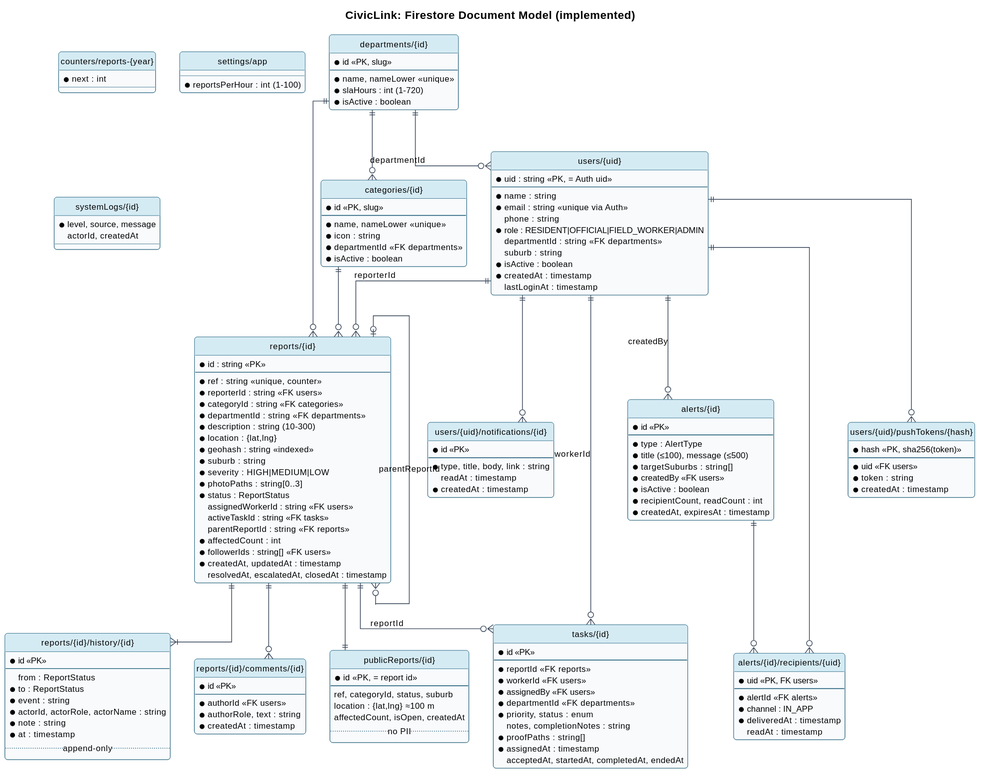
Above: docs/diagrams/data-model.svg in altechemist/civiclink (PlantUML), before the change.
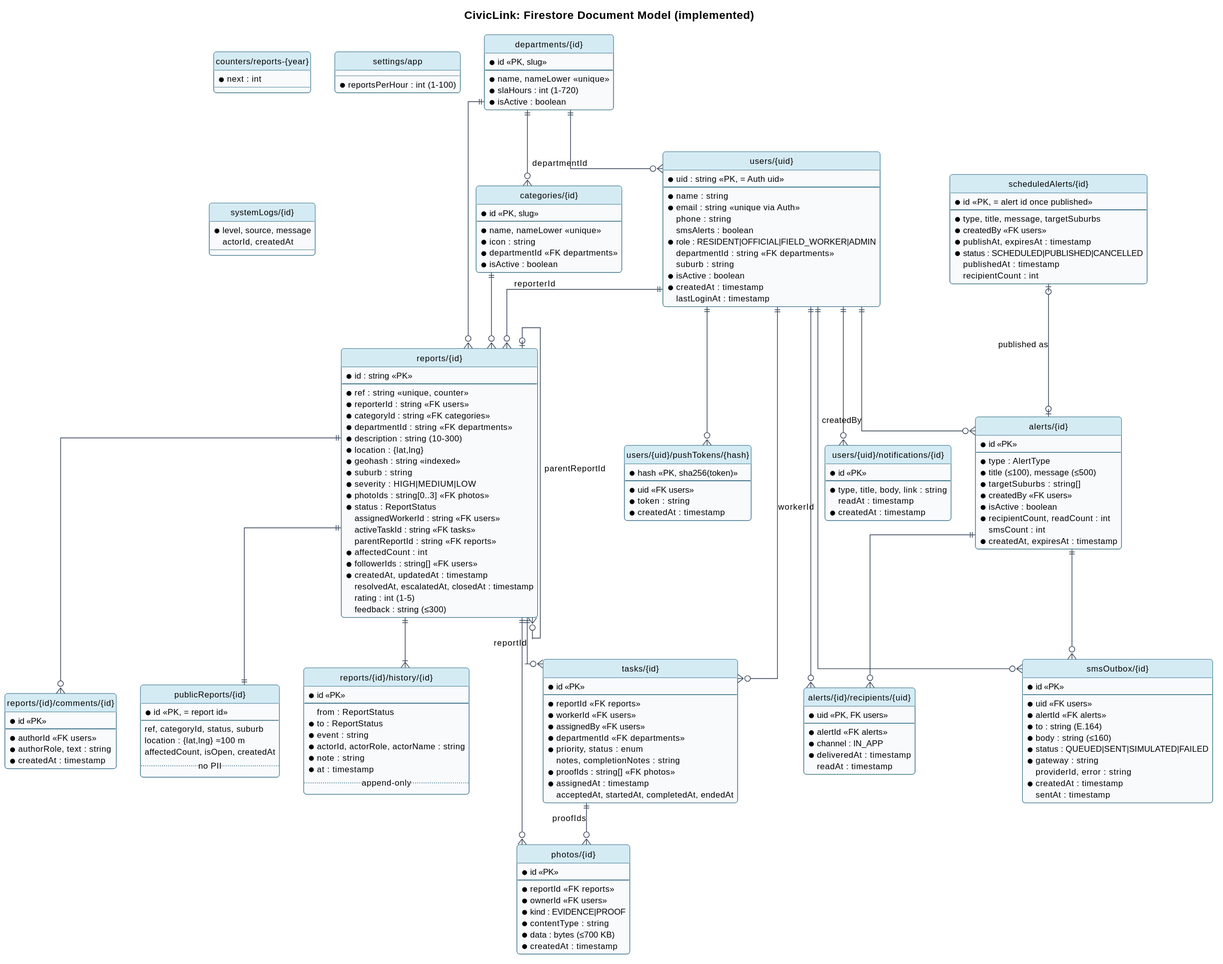
After the commit.

The edit, as a diff of the source:
```diff
@@ -10,6 +10,7 @@
   * name : string
   * email : string <<unique via Auth>>
   phone : string
+  smsAlerts : boolean
   * role : RESIDENT|OFFICIAL|FIELD_WORKER|ADMIN
   departmentId : string <<FK departments>>
   suburb : string
@@ -36,7 +37,7 @@
   * geohash : string <<indexed>>
   * suburb : string
   * severity : HIGH|MEDIUM|LOW
-  * photoPaths : string[0..3]
+  * photoIds : string[0..3] <<FK photos>>
   * status : ReportStatus
   assignedWorkerId : string <<FK users>>
   activeTaskId : string <<FK tasks>>
@@ -45,6 +46,8 @@
   * followerIds : string[] <<FK users>>
   * createdAt, updatedAt : timestamp
   resolvedAt, escalatedAt, closedAt : timestamp
+  rating : int (1-5)
+  feedback : string (≤300)
 }
 entity "reports/{id}/history/{id}" as history {
   * id <<PK>>
@@ -81,7 +84,7 @@
   * departmentId <<FK departments>>
   * priority, status : enum
   notes, completionNotes : string
-  * proofPaths : string[]
+  * proofIds : string[] <<FK photos>>
   * assignedAt : timestamp
   acceptedAt, startedAt, completedAt, endedAt
 }
@@ -94,7 +97,41 @@
   * createdBy <<FK users>>
   * isActive : boolean
   * recipientCount, readCount : int
+  smsCount : int
   * createdAt, expiresAt : timestamp
+}
+entity "scheduledAlerts/{id}" as sched {
+  * id <<PK, = alert id once published>>
+  --
+  * type, title, message, targetSuburbs
+  * createdBy <<FK users>>
+  * publishAt, expiresAt : timestamp
+  * status : SCHEDULED|PUBLISHED|CANCELLED
+  publishedAt : timestamp
+  recipientCount : int
+}
+entity "smsOutbox/{id}" as sms {
+  * id <<PK>>
+  --
+  * uid <<FK users>>
+  * alertId <<FK alerts>>
+  * to : string (E.164)
+  * body : string (≤160)
+  * status : QUEUED|SENT|SIMULATED|FAILED
+  * gateway : string
+  providerId, error : string
+  * createdAt : timestamp
+  sentAt : timestamp
+}
+entity "photos/{id}" as photos {
+  * id <<PK>>
+  --
+  * reportId <<FK reports>>
+  * ownerId <<FK users>>
+  * kind : EVIDENCE|PROOF
+  * contentType : string
+  * data : bytes (≤700 KB)
+  * createdAt : timestamp
 }
 entity "alerts/{id}/recipients/{uid}" as rec {
   * uid <<PK, FK users>>
@@ -153,4 +190,9 @@
 users ||--o{ rec
 users ||--o{ alerts : createdBy
 dept ||--o{ users : departmentId
+sched |o--o| alerts : published as
+alerts ||--o{ sms
+users ||--o{ sms
+reports ||--o{ photos
+tasks ||--o{ photos : proofIds
 @enduml
```
